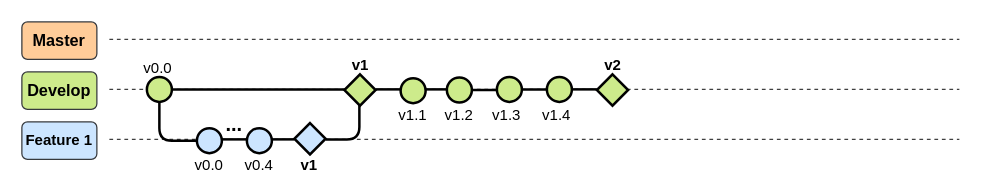
Before: page "Develop" (2 of 3) of 03_ImagenesRepo/01_GitFlow.drawio in LEOSZ8/Tesis_Msc_LSZ, a draw.io diagram. Source tidied: cells renumbered, new cells numbered last; positions are measured from the earlier drawing's top-left corner, leaving out a move shared by most shapes. Both pictures are drawn from the tidied source at 125%, with x=0, y=0 at pixel (21, 21).
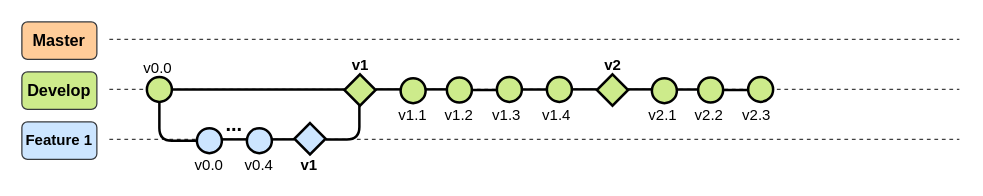
After the change.

Diff of the diagram source:
```diff
@@
+    <mxCell id="39" style="edgeStyle=orthogonalEdgeStyle;rounded=0;orthogonalLoop=1;jettySize=auto;html=1;endArrow=none;endFill=0;strokeWidth=2;" parent="1" edge="1">
+      <mxGeometry relative="1" as="geometry">
+        <mxPoint x="521" y="54" as="sourcePoint" />
+        <mxPoint x="541" y="53" as="targetPoint" />
+      </mxGeometry>
+    </mxCell>
@@
+    <mxCell id="40" style="edgeStyle=orthogonalEdgeStyle;rounded=0;orthogonalLoop=1;jettySize=auto;html=1;endArrow=none;endFill=0;strokeWidth=2;" parent="1" edge="1">
+      <mxGeometry relative="1" as="geometry">
+        <mxPoint x="484" y="54" as="sourcePoint" />
+        <mxPoint x="504" y="54" as="targetPoint" />
+      </mxGeometry>
+    </mxCell>
+    <mxCell id="41" style="ellipse;whiteSpace=wrap;html=1;fillColor=#CDEB8B;strokeColor=#000000;strokeWidth=2;" parent="1" vertex="1">
+      <mxGeometry x="504" y="45" width="20" height="20" as="geometry" />
+    </mxCell>
+    <mxCell id="42" style="edgeStyle=orthogonalEdgeStyle;rounded=0;jettySize=auto;html=1;endArrow=none;endFill=0;strokeWidth=2;" parent="1" edge="1" source="43" target="44">
+      <mxGeometry relative="1" as="geometry" />
+    </mxCell>
+    <mxCell id="43" style="ellipse;whiteSpace=wrap;html=1;fillColor=#CDEB8B;strokeColor=#000000;strokeWidth=2;" parent="1" vertex="1">
+      <mxGeometry x="541" y="44.5" width="20" height="20" as="geometry" />
+    </mxCell>
+    <mxCell id="44" style="ellipse;whiteSpace=wrap;html=1;fillColor=#CDEB8B;strokeColor=#000000;strokeWidth=2;" parent="1" vertex="1">
+      <mxGeometry x="581" y="44" width="20" height="20" as="geometry" />
+    </mxCell>
+    <mxCell id="45" value="v2.1" style="text;html=1;align=center;verticalAlign=middle;whiteSpace=wrap;rounded=0;" parent="1" vertex="1">
+      <mxGeometry x="498" y="70" width="30" height="10" as="geometry" />
+    </mxCell>
+    <mxCell id="46" value="v2.2" style="text;html=1;align=center;verticalAlign=middle;whiteSpace=wrap;rounded=0;" parent="1" vertex="1">
+      <mxGeometry x="535" y="70" width="30" height="10" as="geometry" />
+    </mxCell>
+    <mxCell id="47" value="v2.3" style="text;html=1;align=center;verticalAlign=middle;whiteSpace=wrap;rounded=0;" parent="1" vertex="1">
+      <mxGeometry x="573" y="70" width="30" height="10" as="geometry" />
+    </mxCell>
```
